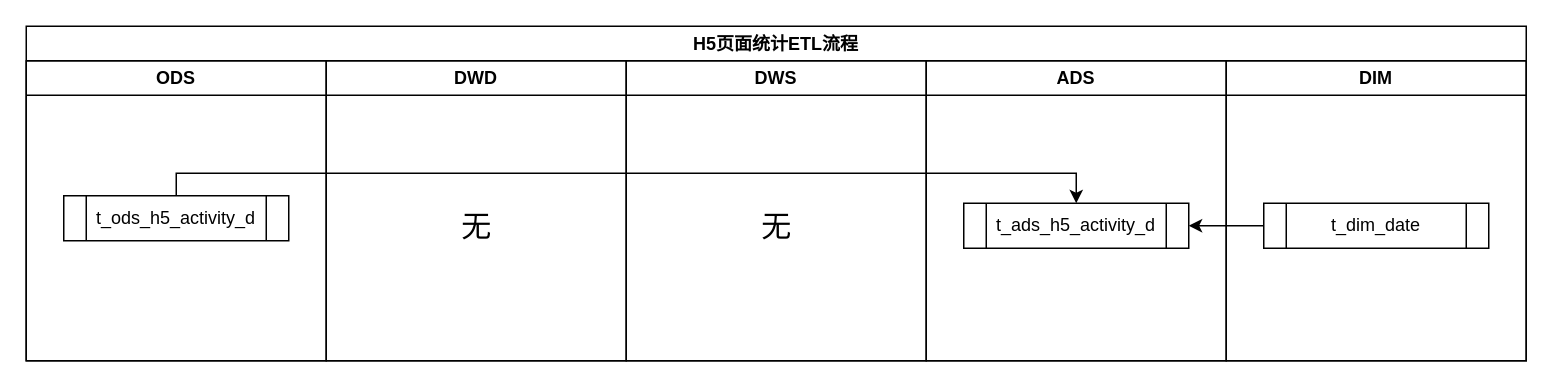
The draw.io diagram H5页面ETL.drawio in shaozc3g/draw_io, before the edit. Source tidied: cells renumbered, new cells numbered last; positions are measured from the earlier drawing's top-left corner, leaving out a move shared by most shapes. Both pictures are drawn from the tidied source at 150%, with x=0, y=0 at pixel (26, 26).
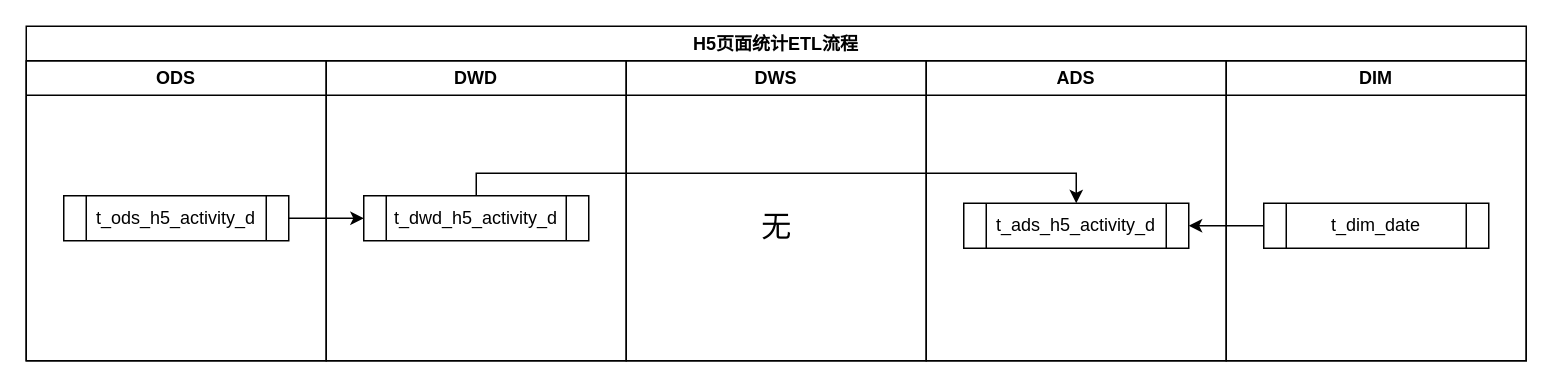
The same diagram, later.

The edit, as a diff of the source:
```diff
@@
 <mxGraphModel>
   <root>
     <mxCell id="0" />
     <mxCell id="1" parent="0" />
     <mxCell id="2" value="ODS" style="swimlane;whiteSpace=wrap;html=1;" parent="1" vertex="1">
       <mxGeometry y="23" width="200" height="200" as="geometry" />
     </mxCell>
     <mxCell id="3" value="t_ods_h5_activity_d" style="shape=process;whiteSpace=wrap;html=1;backgroundOutline=1;" parent="2" vertex="1">
       <mxGeometry x="25" y="90" width="150" height="30" as="geometry" />
     </mxCell>
     <mxCell id="4" value="DWD" style="swimlane;whiteSpace=wrap;html=1;" parent="1" vertex="1">
       <mxGeometry x="200" y="23" width="200" height="200" as="geometry" />
     </mxCell>
-    <mxCell id="5" value="无" style="text;html=1;align=center;verticalAlign=middle;strokeColor=none;fillColor=none;fontSize=20;" parent="4" vertex="1">
-      <mxGeometry x="80" y="90" width="40" height="40" as="geometry" />
-    </mxCell>
     <mxCell id="6" value="DWS" style="swimlane;whiteSpace=wrap;html=1;" parent="1" vertex="1">
       <mxGeometry x="400" y="23" width="200" height="200" as="geometry" />
     </mxCell>
     <mxCell id="7" value="无" style="text;html=1;align=center;verticalAlign=middle;strokeColor=none;fillColor=none;fontSize=20;" parent="6" vertex="1">
       <mxGeometry x="80" y="90" width="40" height="40" as="geometry" />
     </mxCell>
     <mxCell id="8" value="ADS" style="swimlane;whiteSpace=wrap;html=1;" parent="1" vertex="1">
       <mxGeometry x="600" y="23" width="200" height="200" as="geometry" />
     </mxCell>
     <mxCell id="9" value="t_ads_h5_activity_d" style="shape=process;whiteSpace=wrap;html=1;backgroundOutline=1;" parent="8" vertex="1">
       <mxGeometry x="25" y="95" width="150" height="30" as="geometry" />
     </mxCell>
     <mxCell id="10" value="DIM" style="swimlane;whiteSpace=wrap;html=1;" parent="1" vertex="1">
       <mxGeometry x="800" y="23" width="200" height="200" as="geometry" />
     </mxCell>
     <mxCell id="11" value="t_dim_date" style="shape=process;whiteSpace=wrap;html=1;backgroundOutline=1;" parent="10" vertex="1">
       <mxGeometry x="25" y="95" width="150" height="30" as="geometry" />
     </mxCell>
     <mxCell id="12" style="edgeStyle=orthogonalEdgeStyle;rounded=0;jettySize=auto;html=1;" parent="1" edge="1" source="11" target="9">
       <mxGeometry relative="1" as="geometry" />
     </mxCell>
-    <mxCell id="13" style="edgeStyle=orthogonalEdgeStyle;rounded=0;jettySize=auto;html=1;entryX=0.5;entryY=0;entryDx=0;entryDy=0;" parent="1" edge="1" source="3" target="9">
-      <mxGeometry relative="1" as="geometry">
-        <Array as="points">
-          <mxPoint x="100" y="98" />
-          <mxPoint x="700" y="98" />
-        </Array>
-      </mxGeometry>
-    </mxCell>
     <mxCell id="14" value="H5页面统计ETL流程" style="swimlane;whiteSpace=wrap;html=1;" parent="1" vertex="1">
       <mxGeometry width="1000" height="223" as="geometry" />
     </mxCell>
+    <mxCell id="15" value="t_dwd_h5_activity_d" style="shape=process;whiteSpace=wrap;html=1;backgroundOutline=1;" parent="14" vertex="1">
+      <mxGeometry x="225" y="113" width="150" height="30" as="geometry" />
+    </mxCell>
+    <mxCell id="16" style="edgeStyle=orthogonalEdgeStyle;rounded=0;jettySize=auto;html=1;" parent="1" edge="1" source="3" target="15">
+      <mxGeometry relative="1" as="geometry" />
+    </mxCell>
+    <mxCell id="17" style="edgeStyle=orthogonalEdgeStyle;rounded=0;jettySize=auto;html=1;entryX=0.5;entryY=0;entryDx=0;entryDy=0;" parent="1" edge="1" source="15" target="9">
+      <mxGeometry relative="1" as="geometry">
+        <Array as="points">
+          <mxPoint x="300" y="98" />
+          <mxPoint x="700" y="98" />
+        </Array>
+      </mxGeometry>
+    </mxCell>
   </root>
 </mxGraphModel>
```
